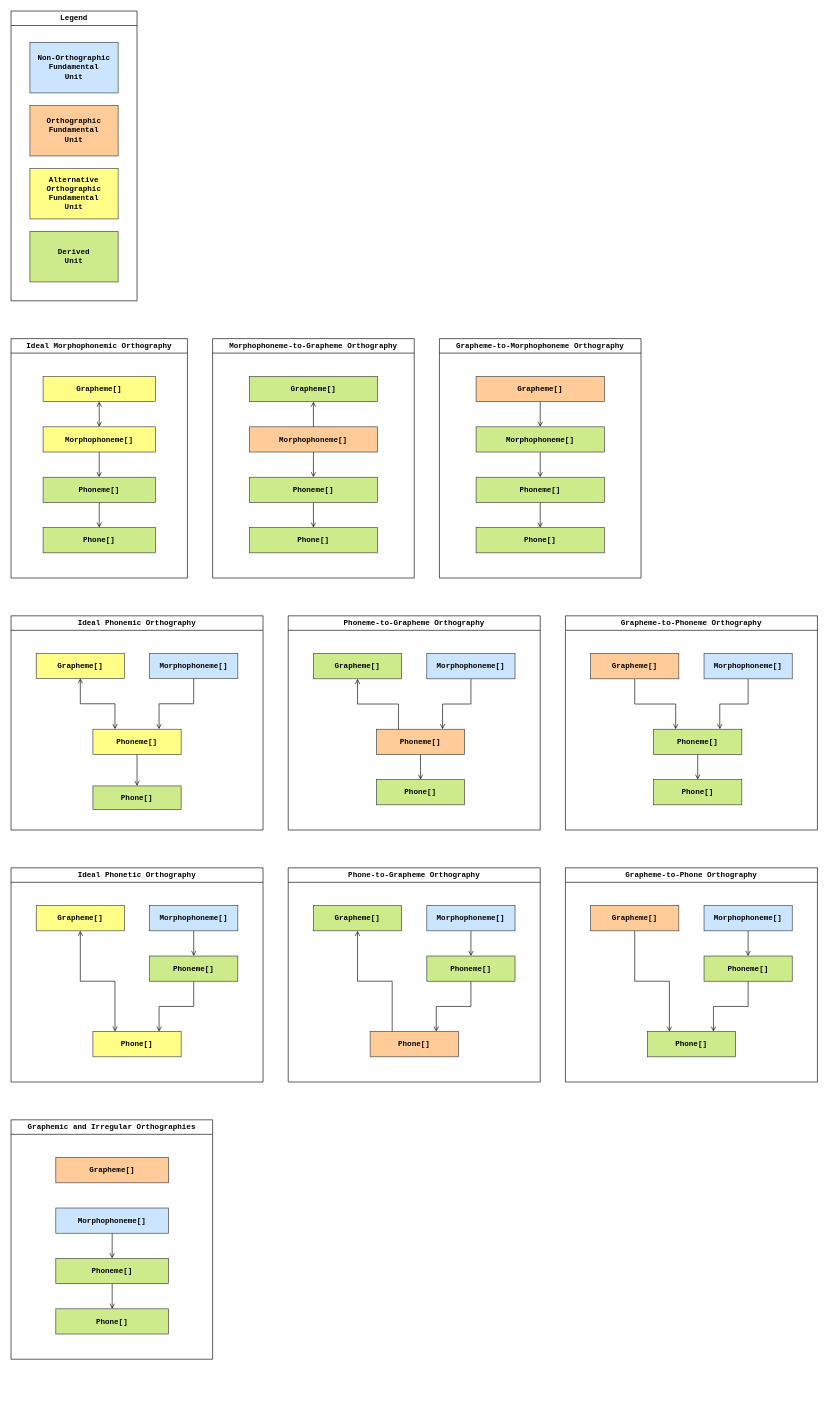
Before: glossa/docs/orthographies.drawio in brunoczim/athyrma, a draw.io diagram. Source tidied: cells renumbered, new cells numbered last; positions are measured from the earlier drawing's top-left corner, leaving out a move shared by most shapes. Both pictures are drawn from the tidied source at 63%, with x=0, y=0 at pixel (11, 11).
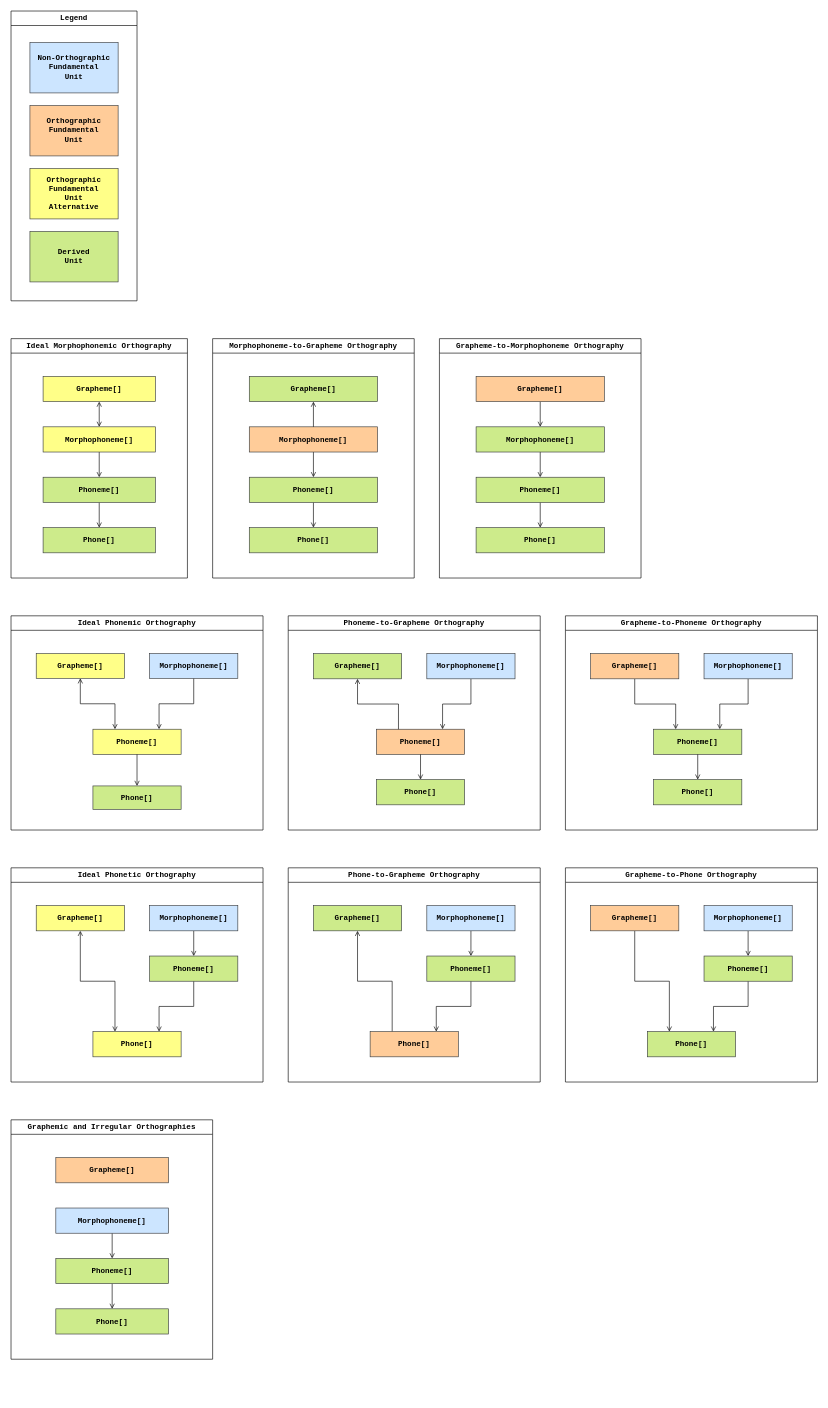
The same diagram, later.

Commit message (it also covers changes not shown here):
change alternative label7 (#43)

The change refers to these unchanged cells:
```xml
<mxCell id="88" value="Legend" style="swimlane;whiteSpace=wrap;html=1;rounded=0;shadow=0;glass=0;sketch=0;strokeColor=default;strokeWidth=1;fontFamily=Courier New;fillColor=default;gradientColor=none;" parent="1" vertex="1">
  <mxGeometry width="200" height="460" as="geometry" />
</mxCell>
```

The edit, as a diff of the source:
```diff
@@
-    <mxCell id="90" value="&lt;b&gt;Alternative&lt;br&gt;Orthographic&lt;br&gt;Fundamental&lt;br&gt;Unit&lt;/b&gt;" style="rounded=0;whiteSpace=wrap;html=1;shadow=0;glass=0;sketch=0;strokeColor=#36393d;strokeWidth=1;fontFamily=Courier New;fillColor=#ffff88;" parent="88" vertex="1">
+    <mxCell id="90" value="&lt;b&gt;Orthographic&lt;br&gt;Fundamental&lt;br&gt;Unit&lt;br&gt;&lt;/b&gt;&lt;b style=&quot;border-color: var(--border-color);&quot;&gt;Alternative&lt;/b&gt;&lt;b&gt;&lt;br&gt;&lt;/b&gt;" style="rounded=0;whiteSpace=wrap;html=1;shadow=0;glass=0;sketch=0;strokeColor=#36393d;strokeWidth=1;fontFamily=Courier New;fillColor=#ffff88;" parent="88" vertex="1">
       <mxGeometry x="30" y="250" width="140" height="80" as="geometry" />
     </mxCell>
```
